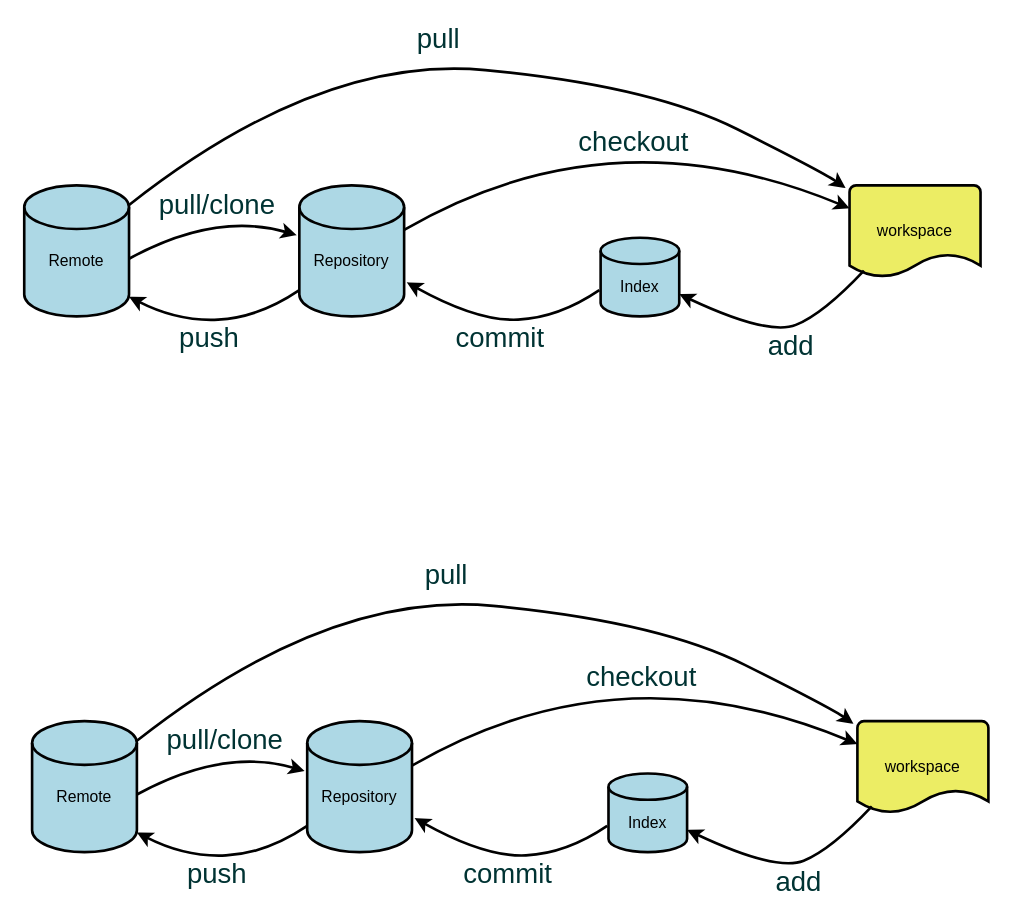
The draw.io diagram Untitled Diagram.drawio in zisiahf/vue2, before the edit. Source tidied: cells renumbered, new cells numbered last; positions are measured from the earlier drawing's top-left corner, leaving out a move shared by most shapes. Both pictures are drawn from the tidied source at 131%, with x=0, y=0 at pixel (24, 54).
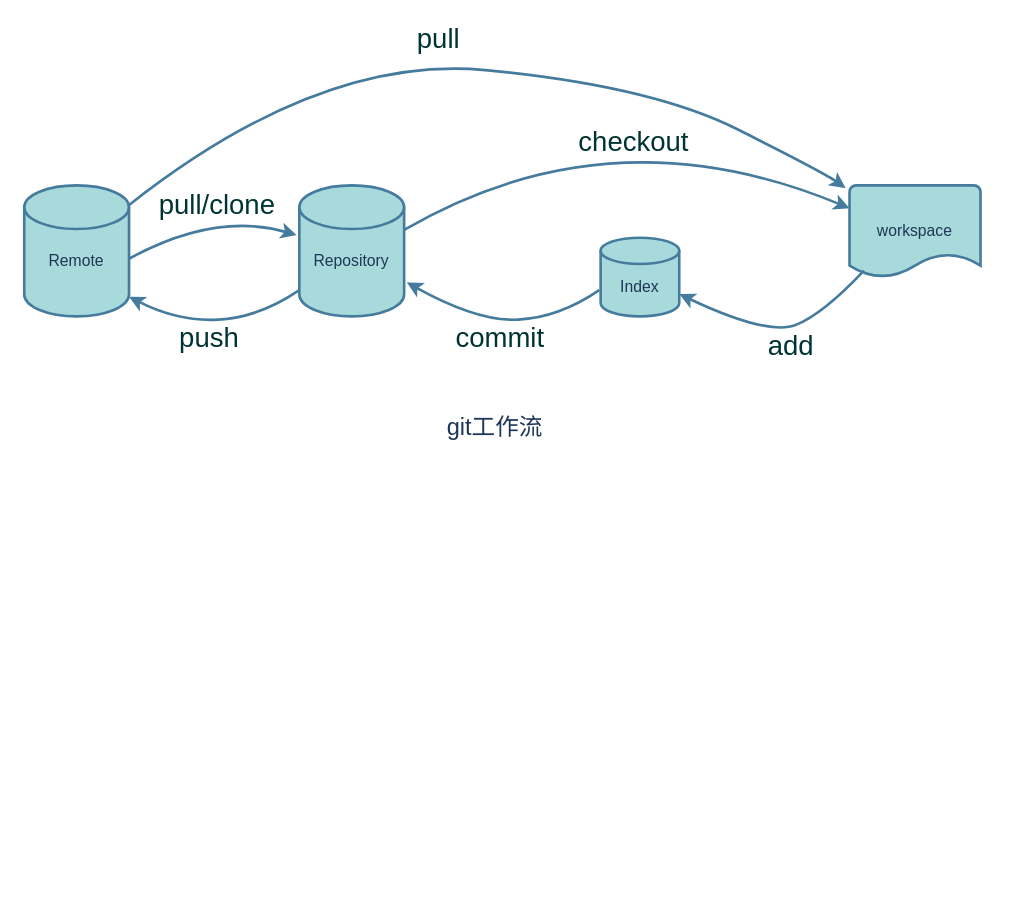
After the change.

The edit, as a diff of the source:
```diff
@@
-    <mxCell id="2" value="&lt;br&gt;Index" style="strokeWidth=2;html=1;shape=mxgraph.flowchart.database;whiteSpace=wrap;fillColor=#add8e5;" parent="1" vertex="1">
+    <mxCell id="2" value="&lt;br&gt;Index" style="strokeWidth=2;html=1;shape=mxgraph.flowchart.database;whiteSpace=wrap;rounded=0;labelBackgroundColor=none;fillColor=#A8DADC;strokeColor=#457B9D;fontColor=#1D3557;" parent="1" vertex="1">
       <mxGeometry x="440" y="140" width="60" height="60" as="geometry" />
     </mxCell>
-    <mxCell id="3" value="workspace" style="strokeWidth=2;html=1;shape=mxgraph.flowchart.document2;whiteSpace=wrap;size=0.25;fillColor=#eced64;" parent="1" vertex="1">
+    <mxCell id="3" value="workspace" style="strokeWidth=2;html=1;shape=mxgraph.flowchart.document2;whiteSpace=wrap;size=0.25;rounded=0;labelBackgroundColor=none;fillColor=#A8DADC;strokeColor=#457B9D;fontColor=#1D3557;" parent="1" vertex="1">
       <mxGeometry x="630" y="100" width="100" height="70" as="geometry" />
     </mxCell>
-    <mxCell id="4" style="endArrow=classic;html=1;exitX=1;exitY=0.15;exitDx=0;exitDy=0;exitPerimeter=0;entryX=-0.03;entryY=0.029;entryDx=0;entryDy=0;entryPerimeter=0;curved=1;strokeWidth=2;" parent="1" edge="1" source="11" target="3">
+    <mxCell id="4" style="endArrow=classic;html=1;exitX=1;exitY=0.15;exitDx=0;exitDy=0;exitPerimeter=0;entryX=-0.03;entryY=0.029;entryDx=0;entryDy=0;entryPerimeter=0;curved=1;strokeWidth=2;rounded=0;labelBackgroundColor=none;fontColor=default;strokeColor=#457B9D;" parent="1" edge="1" source="11" target="3">
       <mxGeometry relative="1" as="geometry">
         <Array as="points">
           <mxPoint x="226" />
           <mxPoint x="478" y="24" />
           <mxPoint x="610" y="90" />
         </Array>
       </mxGeometry>
     </mxCell>
-    <mxCell id="5" value="&lt;font color=&quot;#003333&quot; style=&quot;font-size: 21px;&quot;&gt;pull&lt;/font&gt;" style="edgeLabel;html=1;align=center;verticalAlign=middle;" parent="4" vertex="1">
+    <mxCell id="5" value="&lt;font color=&quot;#003333&quot; style=&quot;font-size: 21px;&quot;&gt;pull&lt;/font&gt;" style="edgeLabel;html=1;align=center;verticalAlign=middle;rounded=0;labelBackgroundColor=none;fontColor=#1D3557;" parent="4" vertex="1">
       <mxGeometry x="-0.09" y="-3" relative="1" as="geometry">
         <mxPoint y="-24" as="offset" />
       </mxGeometry>
     </mxCell>
-    <mxCell id="6" value="&lt;font color=&quot;#003333&quot; style=&quot;font-size: 21px;&quot;&gt;pull/clone&lt;/font&gt;" style="edgeLabel;html=1;align=center;verticalAlign=middle;" parent="4" vertex="1">
+    <mxCell id="6" value="&lt;font color=&quot;#003333&quot; style=&quot;font-size: 21px;&quot;&gt;pull/clone&lt;/font&gt;" style="edgeLabel;html=1;align=center;verticalAlign=middle;rounded=0;labelBackgroundColor=none;fontColor=#1D3557;" parent="4" vertex="1">
       <mxGeometry x="-0.09" y="-3" relative="1" as="geometry">
         <mxPoint x="-169" y="102" as="offset" />
       </mxGeometry>
     </mxCell>
-    <mxCell id="7" value="&lt;font color=&quot;#003333&quot; style=&quot;font-size: 21px;&quot;&gt;checkout&lt;/font&gt;" style="edgeLabel;html=1;align=center;verticalAlign=middle;" parent="4" vertex="1">
+    <mxCell id="7" value="&lt;font color=&quot;#003333&quot; style=&quot;font-size: 21px;&quot;&gt;checkout&lt;/font&gt;" style="edgeLabel;html=1;align=center;verticalAlign=middle;rounded=0;labelBackgroundColor=none;fontColor=#1D3557;" parent="4" vertex="1">
       <mxGeometry x="-0.09" y="-3" relative="1" as="geometry">
         <mxPoint x="149" y="54" as="offset" />
       </mxGeometry>
     </mxCell>
-    <mxCell id="8" value="&lt;font color=&quot;#003333&quot; style=&quot;font-size: 21px;&quot;&gt;add&lt;/font&gt;" style="edgeLabel;html=1;align=center;verticalAlign=middle;" parent="4" vertex="1">
+    <mxCell id="8" value="&lt;font color=&quot;#003333&quot; style=&quot;font-size: 21px;&quot;&gt;add&lt;/font&gt;" style="edgeLabel;html=1;align=center;verticalAlign=middle;rounded=0;labelBackgroundColor=none;fontColor=#1D3557;" parent="4" vertex="1">
       <mxGeometry x="-0.09" y="-3" relative="1" as="geometry">
         <mxPoint x="269" y="210" as="offset" />
       </mxGeometry>
     </mxCell>
-    <mxCell id="9" value="&lt;font color=&quot;#003333&quot; style=&quot;font-size: 21px;&quot;&gt;commit&lt;/font&gt;" style="edgeLabel;html=1;align=center;verticalAlign=middle;" parent="4" vertex="1">
+    <mxCell id="9" value="&lt;font color=&quot;#003333&quot; style=&quot;font-size: 21px;&quot;&gt;commit&lt;/font&gt;" style="edgeLabel;html=1;align=center;verticalAlign=middle;rounded=0;labelBackgroundColor=none;fontColor=#1D3557;" parent="4" vertex="1">
       <mxGeometry x="-0.09" y="-3" relative="1" as="geometry">
         <mxPoint x="47" y="204" as="offset" />
       </mxGeometry>
     </mxCell>
-    <mxCell id="10" value="&lt;font color=&quot;#003333&quot; style=&quot;font-size: 21px;&quot;&gt;push&lt;/font&gt;" style="edgeLabel;html=1;align=center;verticalAlign=middle;" parent="4" vertex="1">
+    <mxCell id="10" value="&lt;font color=&quot;#003333&quot; style=&quot;font-size: 21px;&quot;&gt;push&lt;/font&gt;" style="edgeLabel;html=1;align=center;verticalAlign=middle;rounded=0;labelBackgroundColor=none;fontColor=#1D3557;" parent="4" vertex="1">
       <mxGeometry x="-0.09" y="-3" relative="1" as="geometry">
         <mxPoint x="-175" y="204" as="offset" />
       </mxGeometry>
     </mxCell>
-    <mxCell id="11" value="&lt;br&gt;Remote" style="strokeWidth=2;html=1;shape=mxgraph.flowchart.database;whiteSpace=wrap;fillColor=#add8e5;" parent="1" vertex="1">
+    <mxCell id="11" value="&lt;br&gt;Remote" style="strokeWidth=2;html=1;shape=mxgraph.flowchart.database;whiteSpace=wrap;rounded=0;labelBackgroundColor=none;fillColor=#A8DADC;strokeColor=#457B9D;fontColor=#1D3557;" parent="1" vertex="1">
       <mxGeometry y="100" width="80" height="100" as="geometry" />
     </mxCell>
-    <mxCell id="12" value="&lt;br&gt;Repository" style="strokeWidth=2;html=1;shape=mxgraph.flowchart.database;whiteSpace=wrap;fillColor=#add8e5;" parent="1" vertex="1">
+    <mxCell id="12" value="&lt;br&gt;Repository" style="strokeWidth=2;html=1;shape=mxgraph.flowchart.database;whiteSpace=wrap;rounded=0;labelBackgroundColor=none;fillColor=#A8DADC;strokeColor=#457B9D;fontColor=#1D3557;" parent="1" vertex="1">
       <mxGeometry x="210" y="100" width="80" height="100" as="geometry" />
     </mxCell>
-    <mxCell id="13" style="endArrow=classic;html=1;startSize=10;curved=1;strokeWidth=2;" parent="1" edge="1">
+    <mxCell id="13" style="endArrow=classic;html=1;startSize=10;curved=1;strokeWidth=2;rounded=0;labelBackgroundColor=none;fontColor=default;strokeColor=#457B9D;" parent="1" edge="1">
       <mxGeometry relative="1" as="geometry">
         <mxPoint x="80" y="156" as="sourcePoint" />
         <mxPoint x="208" y="138" as="targetPoint" />
         <Array as="points">
           <mxPoint x="146" y="120" />
         </Array>
       </mxGeometry>
     </mxCell>
-    <mxCell id="14" style="endArrow=classic;html=1;entryX=0;entryY=0.25;entryDx=0;entryDy=0;entryPerimeter=0;curved=1;strokeWidth=2;" parent="1" edge="1" target="3">
+    <mxCell id="14" style="endArrow=classic;html=1;entryX=0;entryY=0.25;entryDx=0;entryDy=0;entryPerimeter=0;curved=1;strokeWidth=2;rounded=0;labelBackgroundColor=none;fontColor=default;strokeColor=#457B9D;" parent="1" edge="1" target="3">
       <mxGeometry relative="1" as="geometry">
         <mxPoint x="290" y="134" as="sourcePoint" />
         <Array as="points">
           <mxPoint x="448" y="42" />
         </Array>
       </mxGeometry>
     </mxCell>
-    <mxCell id="15" style="endArrow=classic;html=1;curved=1;strokeWidth=2;exitX=0.11;exitY=0.929;exitDx=0;exitDy=0;exitPerimeter=0;" parent="1" edge="1" source="3">
+    <mxCell id="15" style="endArrow=classic;html=1;curved=1;strokeWidth=2;exitX=0.11;exitY=0.929;exitDx=0;exitDy=0;exitPerimeter=0;rounded=0;labelBackgroundColor=none;fontColor=default;strokeColor=#457B9D;" parent="1" edge="1" source="3">
       <mxGeometry relative="1" as="geometry">
         <mxPoint x="500" y="183" as="targetPoint" />
         <Array as="points">
           <mxPoint x="610" y="198" />
           <mxPoint x="568" y="215" />
         </Array>
       </mxGeometry>
     </mxCell>
-    <mxCell id="16" style="endArrow=classic;html=1;curved=1;strokeWidth=2;" parent="1" edge="1">
+    <mxCell id="16" style="endArrow=classic;html=1;curved=1;strokeWidth=2;rounded=0;labelBackgroundColor=none;fontColor=default;strokeColor=#457B9D;" parent="1" edge="1">
       <mxGeometry relative="1" as="geometry">
         <mxPoint x="439" y="180" as="sourcePoint" />
         <mxPoint x="292" y="174" as="targetPoint" />
         <Array as="points">
           <mxPoint x="408" y="201" />
           <mxPoint x="346" y="204" />
         </Array>
       </mxGeometry>
     </mxCell>
-    <mxCell id="17" style="endArrow=classic;html=1;curved=1;strokeWidth=2;entryX=1;entryY=0.85;entryDx=0;entryDy=0;entryPerimeter=0;" parent="1" edge="1" target="11">
+    <mxCell id="17" style="endArrow=classic;html=1;curved=1;strokeWidth=2;entryX=1;entryY=0.85;entryDx=0;entryDy=0;entryPerimeter=0;rounded=0;labelBackgroundColor=none;fontColor=default;strokeColor=#457B9D;" parent="1" edge="1" target="11">
       <mxGeometry relative="1" as="geometry">
         <mxPoint x="210" y="180" as="sourcePoint" />
         <Array as="points">
           <mxPoint x="179" y="201" />
           <mxPoint x="117" y="204" />
         </Array>
       </mxGeometry>
     </mxCell>
-    <mxCell id="18" value="&lt;br&gt;Index" style="strokeWidth=2;html=1;shape=mxgraph.flowchart.database;whiteSpace=wrap;fillColor=#add8e5;" parent="1" vertex="1">
-      <mxGeometry x="446" y="549" width="60" height="60" as="geometry" />
-    </mxCell>
-    <mxCell id="19" value="workspace" style="strokeWidth=2;html=1;shape=mxgraph.flowchart.document2;whiteSpace=wrap;size=0.25;fillColor=#eced64;" parent="1" vertex="1">
-      <mxGeometry x="636" y="509" width="100" height="70" as="geometry" />
-    </mxCell>
-    <mxCell id="20" style="endArrow=classic;html=1;exitX=1;exitY=0.15;exitDx=0;exitDy=0;exitPerimeter=0;entryX=-0.03;entryY=0.029;entryDx=0;entryDy=0;entryPerimeter=0;curved=1;strokeWidth=2;" parent="1" edge="1" source="27" target="19">
-      <mxGeometry relative="1" as="geometry">
-        <Array as="points">
-          <mxPoint x="232" y="409" />
-          <mxPoint x="484" y="433" />
-          <mxPoint x="616" y="499" />
-        </Array>
-      </mxGeometry>
-    </mxCell>
-    <mxCell id="21" value="&lt;font color=&quot;#003333&quot; style=&quot;font-size: 21px;&quot;&gt;pull&lt;/font&gt;" style="edgeLabel;html=1;align=center;verticalAlign=middle;" parent="20" vertex="1">
-      <mxGeometry x="-0.09" y="-3" relative="1" as="geometry">
-        <mxPoint y="-24" as="offset" />
-      </mxGeometry>
-    </mxCell>
-    <mxCell id="22" value="&lt;font color=&quot;#003333&quot; style=&quot;font-size: 21px;&quot;&gt;pull/clone&lt;/font&gt;" style="edgeLabel;html=1;align=center;verticalAlign=middle;" parent="20" vertex="1">
-      <mxGeometry x="-0.09" y="-3" relative="1" as="geometry">
-        <mxPoint x="-169" y="102" as="offset" />
-      </mxGeometry>
-    </mxCell>
-    <mxCell id="23" value="&lt;font color=&quot;#003333&quot; style=&quot;font-size: 21px;&quot;&gt;checkout&lt;/font&gt;" style="edgeLabel;html=1;align=center;verticalAlign=middle;" parent="20" vertex="1">
-      <mxGeometry x="-0.09" y="-3" relative="1" as="geometry">
-        <mxPoint x="149" y="54" as="offset" />
-      </mxGeometry>
-    </mxCell>
-    <mxCell id="24" value="&lt;font color=&quot;#003333&quot; style=&quot;font-size: 21px;&quot;&gt;add&lt;/font&gt;" style="edgeLabel;html=1;align=center;verticalAlign=middle;" parent="20" vertex="1">
-      <mxGeometry x="-0.09" y="-3" relative="1" as="geometry">
-        <mxPoint x="269" y="210" as="offset" />
-      </mxGeometry>
-    </mxCell>
-    <mxCell id="25" value="&lt;font color=&quot;#003333&quot; style=&quot;font-size: 21px;&quot;&gt;commit&lt;/font&gt;" style="edgeLabel;html=1;align=center;verticalAlign=middle;" parent="20" vertex="1">
-      <mxGeometry x="-0.09" y="-3" relative="1" as="geometry">
-        <mxPoint x="47" y="204" as="offset" />
-      </mxGeometry>
-    </mxCell>
-    <mxCell id="26" value="&lt;font color=&quot;#003333&quot; style=&quot;font-size: 21px;&quot;&gt;push&lt;/font&gt;" style="edgeLabel;html=1;align=center;verticalAlign=middle;" parent="20" vertex="1">
-      <mxGeometry x="-0.09" y="-3" relative="1" as="geometry">
-        <mxPoint x="-175" y="204" as="offset" />
-      </mxGeometry>
-    </mxCell>
-    <mxCell id="27" value="&lt;br&gt;Remote" style="strokeWidth=2;html=1;shape=mxgraph.flowchart.database;whiteSpace=wrap;fillColor=#add8e5;" parent="1" vertex="1">
-      <mxGeometry x="6" y="509" width="80" height="100" as="geometry" />
-    </mxCell>
-    <mxCell id="28" value="&lt;br&gt;Repository" style="strokeWidth=2;html=1;shape=mxgraph.flowchart.database;whiteSpace=wrap;fillColor=#add8e5;" parent="1" vertex="1">
-      <mxGeometry x="216" y="509" width="80" height="100" as="geometry" />
-    </mxCell>
-    <mxCell id="29" style="endArrow=classic;html=1;startSize=10;curved=1;strokeWidth=2;" parent="1" edge="1">
-      <mxGeometry relative="1" as="geometry">
-        <mxPoint x="86" y="565" as="sourcePoint" />
-        <mxPoint x="214" y="547" as="targetPoint" />
-        <Array as="points">
-          <mxPoint x="152" y="529" />
-        </Array>
-      </mxGeometry>
-    </mxCell>
-    <mxCell id="30" style="endArrow=classic;html=1;entryX=0;entryY=0.25;entryDx=0;entryDy=0;entryPerimeter=0;curved=1;strokeWidth=2;" parent="1" edge="1" target="19">
-      <mxGeometry relative="1" as="geometry">
-        <mxPoint x="296" y="543" as="sourcePoint" />
-        <Array as="points">
-          <mxPoint x="454" y="451" />
-        </Array>
-      </mxGeometry>
-    </mxCell>
-    <mxCell id="31" style="endArrow=classic;html=1;curved=1;strokeWidth=2;exitX=0.11;exitY=0.929;exitDx=0;exitDy=0;exitPerimeter=0;" parent="1" edge="1" source="19">
-      <mxGeometry relative="1" as="geometry">
-        <mxPoint x="506" y="592" as="targetPoint" />
-        <Array as="points">
-          <mxPoint x="616" y="607" />
-          <mxPoint x="574" y="624" />
-        </Array>
-      </mxGeometry>
-    </mxCell>
-    <mxCell id="32" style="endArrow=classic;html=1;curved=1;strokeWidth=2;" parent="1" edge="1">
-      <mxGeometry relative="1" as="geometry">
-        <mxPoint x="445" y="589" as="sourcePoint" />
-        <mxPoint x="298" y="583" as="targetPoint" />
-        <Array as="points">
-          <mxPoint x="414" y="610" />
-          <mxPoint x="352" y="613" />
-        </Array>
-      </mxGeometry>
-    </mxCell>
-    <mxCell id="33" style="endArrow=classic;html=1;curved=1;strokeWidth=2;entryX=1;entryY=0.85;entryDx=0;entryDy=0;entryPerimeter=0;" parent="1" edge="1" target="27">
-      <mxGeometry relative="1" as="geometry">
-        <mxPoint x="216" y="589" as="sourcePoint" />
-        <Array as="points">
-          <mxPoint x="185" y="610" />
-          <mxPoint x="123" y="613" />
-        </Array>
-      </mxGeometry>
-    </mxCell>
+    <mxCell id="34" value="&lt;font style=&quot;font-size: 18px;&quot;&gt;git工作流&lt;/font&gt;" style="text;html=1;align=center;verticalAlign=middle;strokeColor=none;fillColor=none;fontColor=#1D3557;" parent="1" vertex="1">
+      <mxGeometry x="311" y="264" width="96" height="42" as="geometry" />
+    </mxCell>
```
